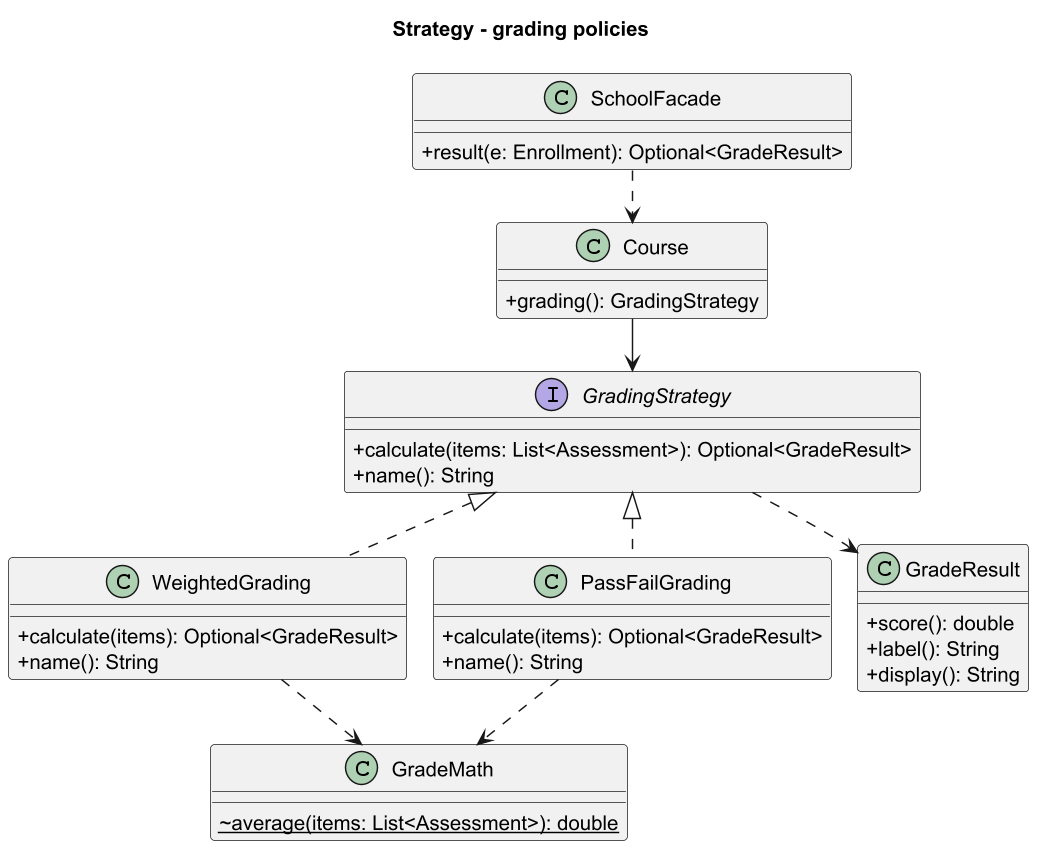
Asylstyle/school-management-system keeps this PlantUML diagram as docs/images/strategy.png. Above is the earlier version.
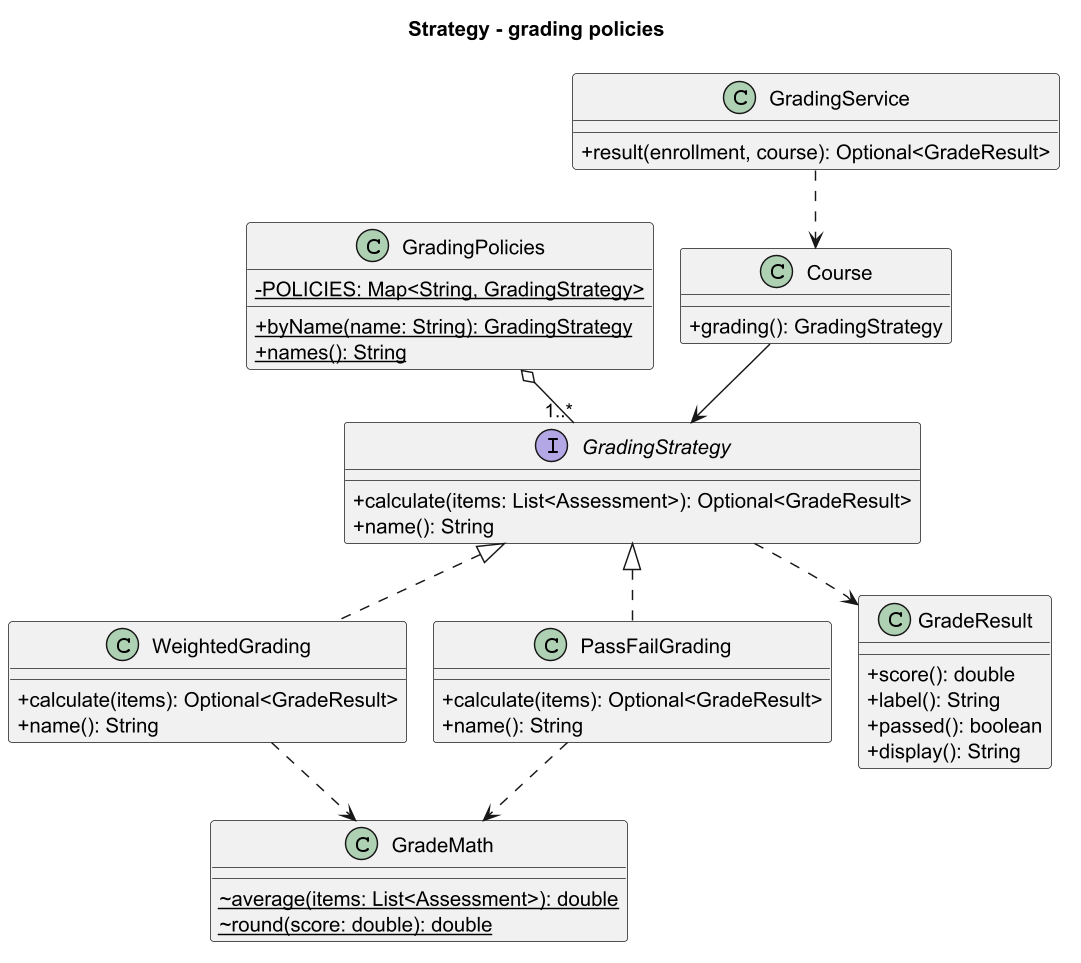
After the commit.

The edit, as a diff of the source:
```diff
@@ -19,17 +19,24 @@
 }
 class GradeMath {
   ~{static} average(items: List<Assessment>): double
+  ~{static} round(score: double): double
 }
 class GradeResult {
   +score(): double
   +label(): String
+  +passed(): boolean
   +display(): String
+}
+class GradingPolicies {
+  -{static} POLICIES: Map<String, GradingStrategy>
+  +{static} byName(name: String): GradingStrategy
+  +{static} names(): String
 }
 class Course {
   +grading(): GradingStrategy
 }
-class SchoolFacade {
-  +result(e: Enrollment): Optional<GradeResult>
+class GradingService {
+  +result(enrollment, course): Optional<GradeResult>
 }
 
 GradingStrategy <|.. WeightedGrading
@@ -37,6 +44,7 @@
 WeightedGrading ..> GradeMath
 PassFailGrading ..> GradeMath
 GradingStrategy ..> GradeResult
+GradingPolicies o-- "1..*" GradingStrategy
 Course --> GradingStrategy
-SchoolFacade ..> Course
+GradingService ..> Course
 @enduml
```
